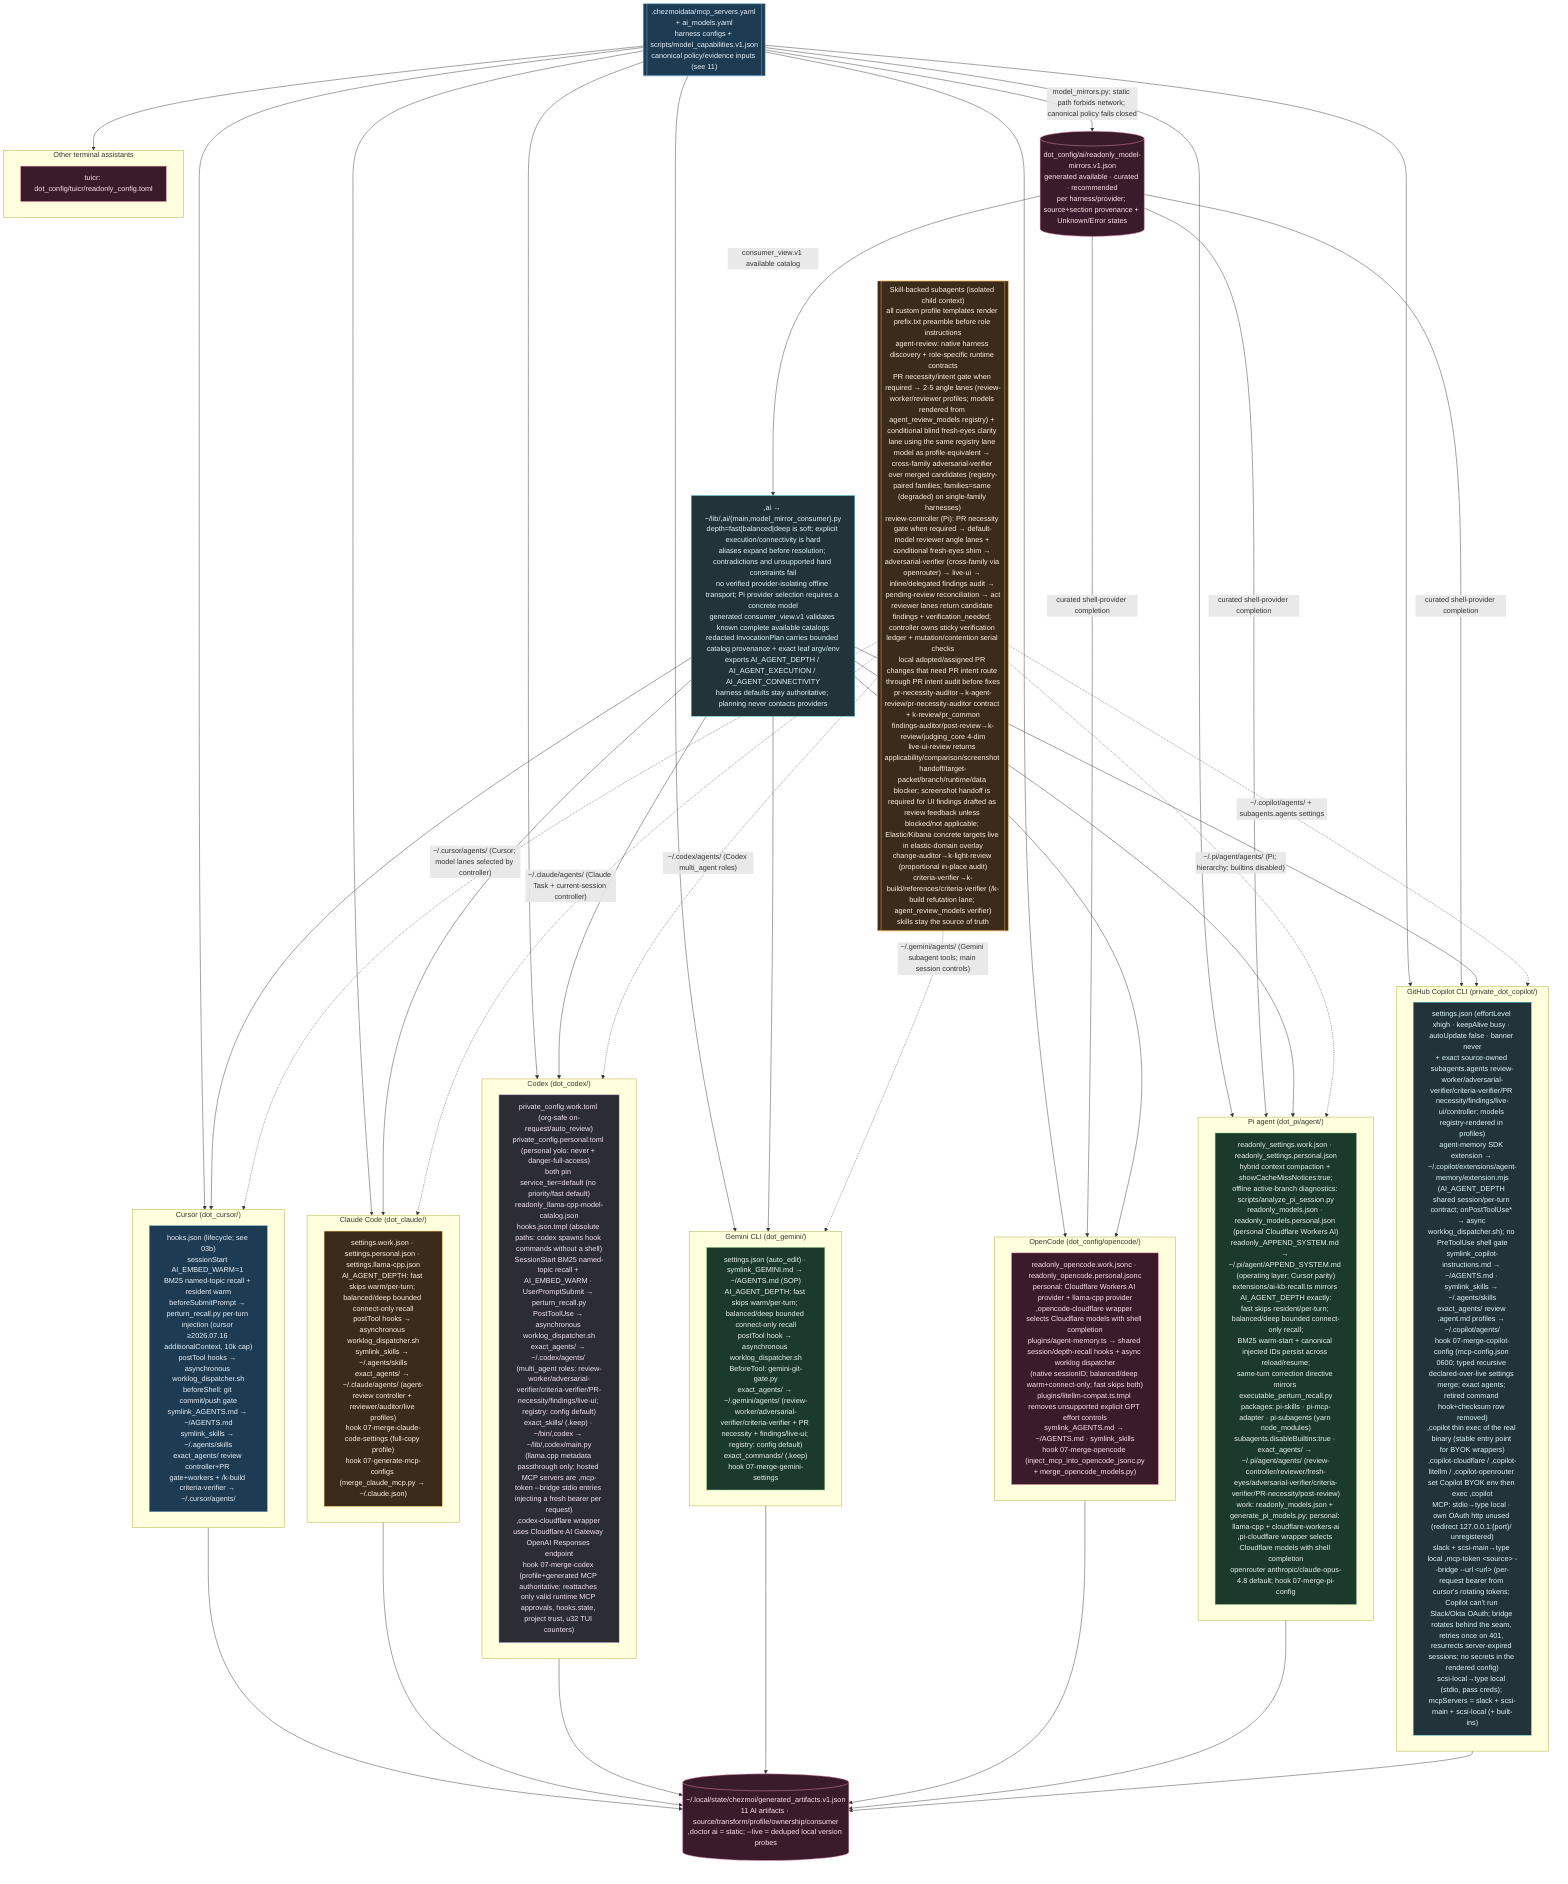
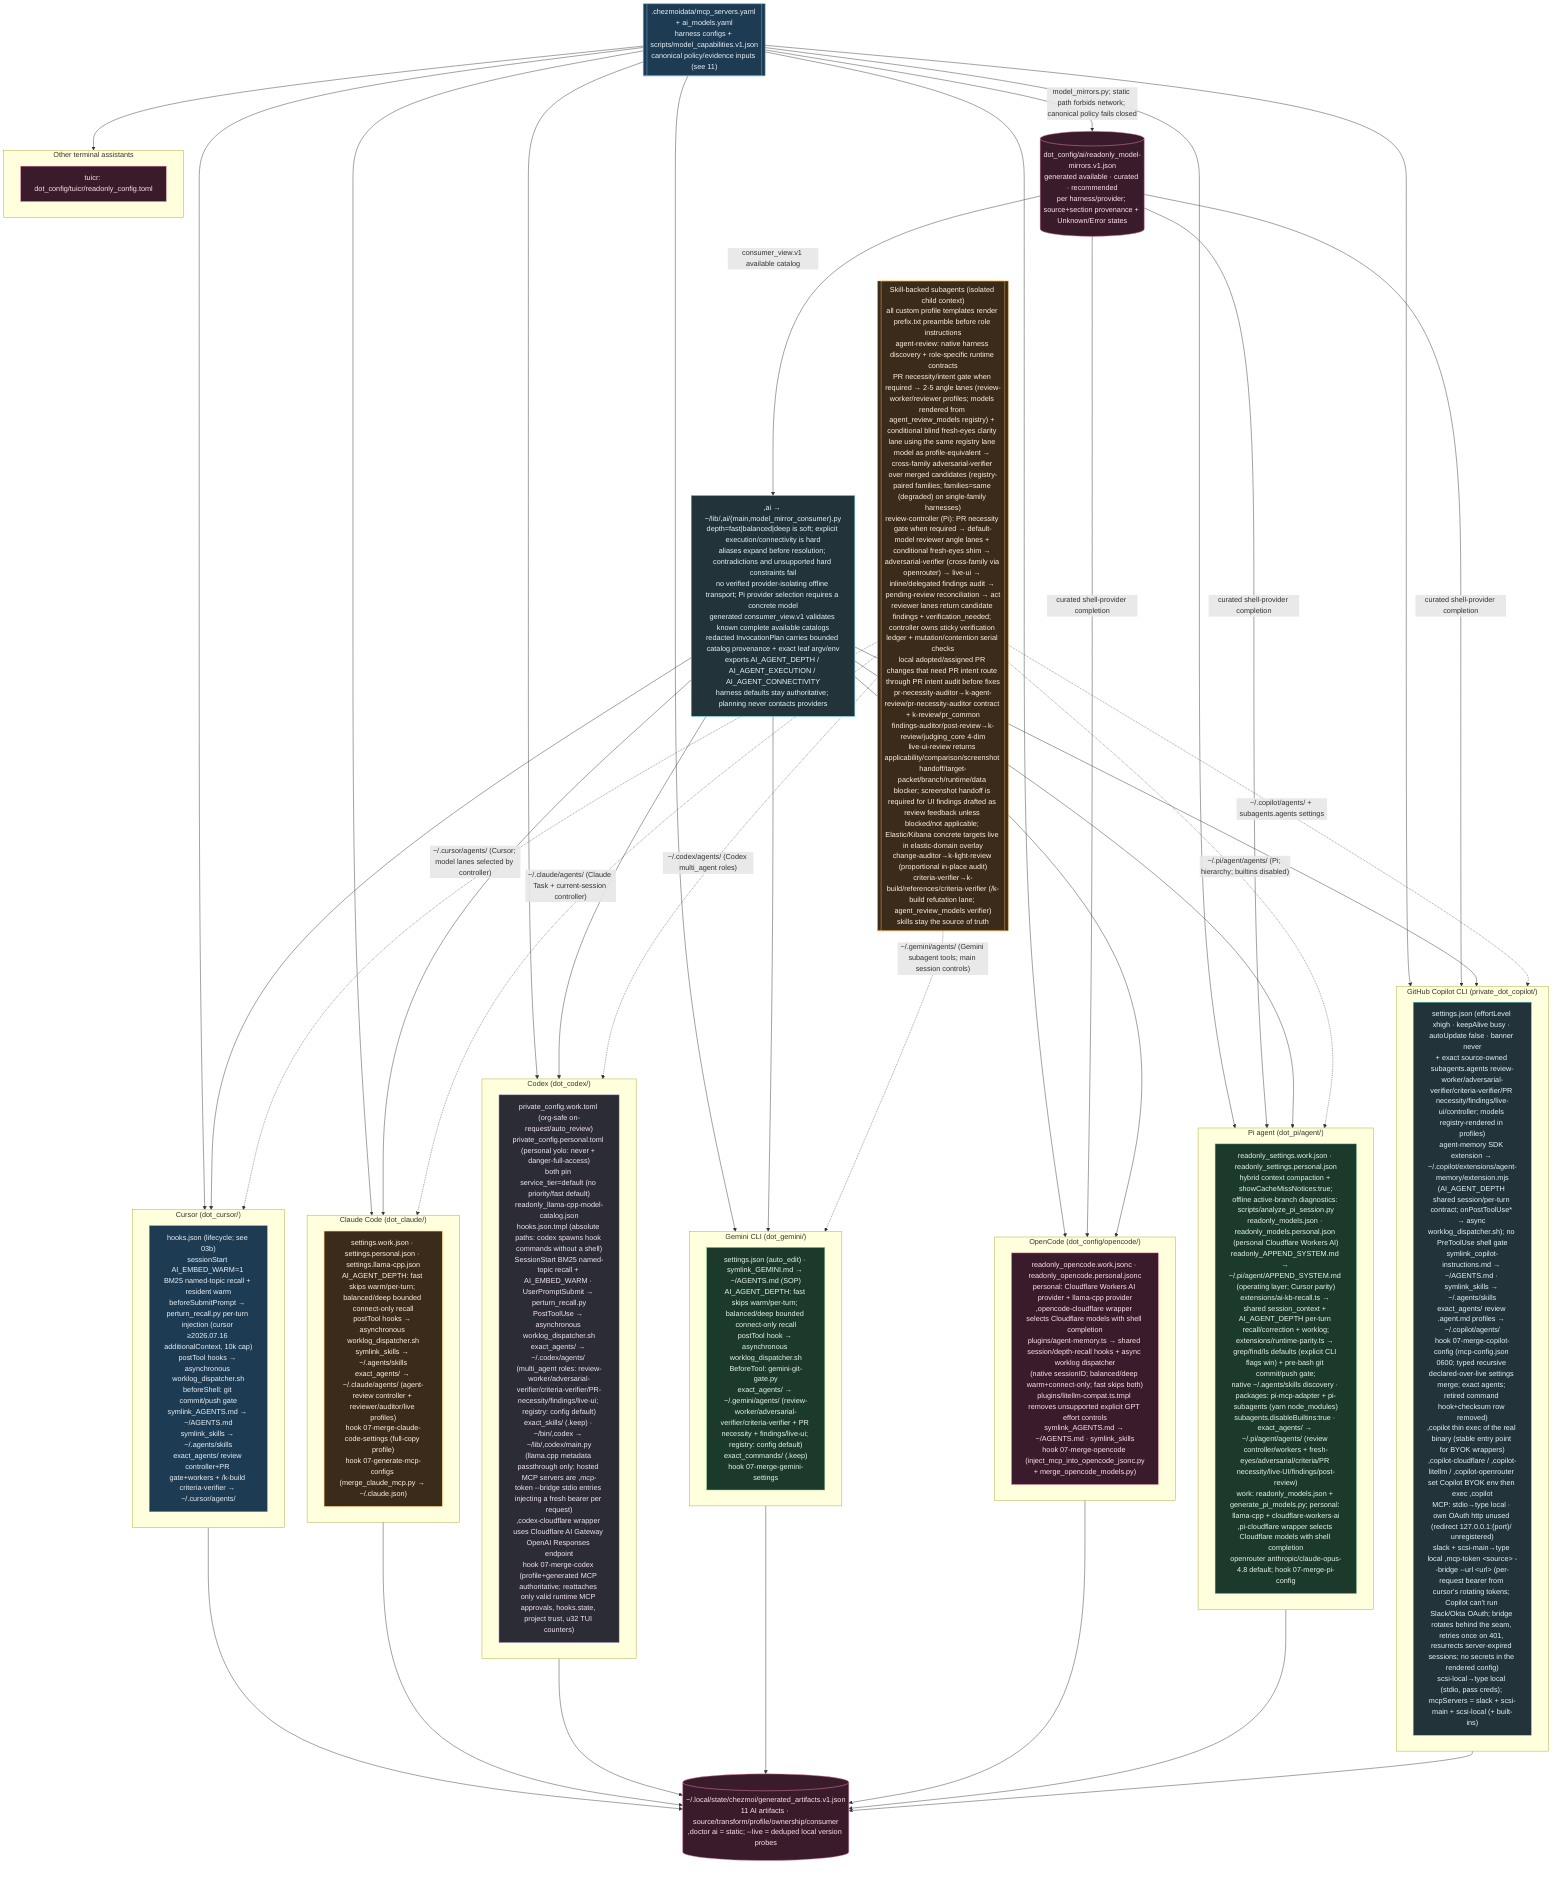
%% ============================================================================
%% 12-ai-tool-configs.mmd — Every per-tool AI config file in home/.
%% Pattern: source carries .work + .personal variants; a 07-merge-* hook picks
%% by isWork and merges generated MCP/model blocks into the live config.
%% ============================================================================
flowchart TB
    classDef cursor fill:#1d3b53,stroke:#7fb3d5,color:#eaf2f8;
    classDef claude fill:#3a2b1b,stroke:#ffb74d,color:#fff3e0;
    classDef codex fill:#2c2c34,stroke:#b39ddb,color:#f3e5f5;
    classDef gem fill:#1b3a2b,stroke:#81c784,color:#e8f5e9;
    classDef oc fill:#3a1b2b,stroke:#f48fb1,color:#fce4ec;
    classDef cop fill:#22343a,stroke:#4dd0e1,color:#e0f7fa;

    LAUNCH[",ai → ~/lib/,ai/{main,model_mirror_consumer}.py<br/>depth=fast|balanced|deep is soft; explicit execution/connectivity is hard<br/>aliases expand before resolution; contradictions and unsupported hard constraints fail<br/>no verified provider-isolating offline transport; Pi provider selection requires a concrete model<br/>generated consumer_view.v1 validates known complete available catalogs<br/>redacted InvocationPlan carries bounded catalog provenance + exact leaf argv/env<br/>exports AI_AGENT_DEPTH / AI_AGENT_EXECUTION / AI_AGENT_CONNECTIVITY<br/>harness defaults stay authoritative; planning never contacts providers"]:::cop

    subgraph CURSOR["Cursor (dot_cursor/)"]
        CU["hooks.json (lifecycle; see 03b)<br/>sessionStart AI_EMBED_WARM=1 BM25 named-topic recall + resident warm<br/>beforeSubmitPrompt → perturn_recall.py per-turn injection (cursor ≥2026.07.16 additionalContext, 10k cap)<br/>postTool hooks → asynchronous worklog_dispatcher.sh<br/>beforeShell: git commit/push gate<br/>symlink_AGENTS.md → ~/AGENTS.md<br/>symlink_skills → ~/.agents/skills<br/>exact_agents/ review controller+PR gate+workers + /k-build criteria-verifier → ~/.cursor/agents/"]:::cursor
    end

    subgraph CLAUDE["Claude Code (dot_claude/)"]
        CLD["settings.work.json · settings.personal.json · settings.llama-cpp.json<br/>AI_AGENT_DEPTH: fast skips warm/per-turn; balanced/deep bounded connect-only recall<br/>postTool hooks → asynchronous worklog_dispatcher.sh<br/>symlink_skills → ~/.agents/skills<br/>exact_agents/ → ~/.claude/agents/ (agent-review controller + reviewer/auditor/live profiles)<br/>hook 07-merge-claude-code-settings (full-copy profile)<br/>hook 07-generate-mcp-configs (merge_claude_mcp.py → ~/.claude.json)"]:::claude
    end

    subgraph CODEX["Codex (dot_codex/)"]
        CDX["private_config.work.toml (org-safe on-request/auto_review)<br/>private_config.personal.toml (personal yolo: never + danger-full-access)<br/>both pin service_tier=default (no priority/fast default)<br/>readonly_llama-cpp-model-catalog.json<br/>hooks.json.tmpl (absolute paths: codex spawns hook commands without a shell)<br/>SessionStart BM25 named-topic recall + AI_EMBED_WARM · UserPromptSubmit → perturn_recall.py<br/>PostToolUse → asynchronous worklog_dispatcher.sh<br/>exact_agents/ → ~/.codex/agents/ (multi_agent roles: review-worker/adversarial-verifier/criteria-verifier/PR-necessity/findings/live-ui; registry: config default)<br/>exact_skills/ (.keep) · ~/bin/,codex → ~/lib/,codex/main.py<br/>(llama.cpp metadata passthrough only; hosted MCP servers are ,mcp-token --bridge stdio entries injecting a fresh bearer per request)<br/>,codex-cloudflare wrapper uses Cloudflare AI Gateway OpenAI Responses endpoint<br/>hook 07-merge-codex (profile+generated MCP authoritative; reattaches only valid runtime MCP approvals, hooks.state, project trust, u32 TUI counters)"]:::codex
    end

    subgraph GEMINI["Gemini CLI (dot_gemini/)"]
        GMN["settings.json (auto_edit) · symlink_GEMINI.md → ~/AGENTS.md (SOP)<br/>AI_AGENT_DEPTH: fast skips warm/per-turn; balanced/deep bounded connect-only recall<br/>postTool hook → asynchronous worklog_dispatcher.sh<br/>BeforeTool: gemini-git-gate.py<br/>exact_agents/ → ~/.gemini/agents/ (review-worker/adversarial-verifier/criteria-verifier + PR necessity + findings/live-ui; registry: config default)<br/>exact_commands/ (.keep)<br/>hook 07-merge-gemini-settings"]:::gem
    end

    subgraph OPENCODE["OpenCode (dot_config/opencode/)"]
        OPC["readonly_opencode.work.jsonc · readonly_opencode.personal.jsonc<br/>personal: Cloudflare Workers AI provider + llama-cpp provider<br/>,opencode-cloudflare wrapper selects Cloudflare models with shell completion<br/>plugins/agent-memory.ts → shared session/depth-recall hooks + async worklog dispatcher<br/>(native sessionID; balanced/deep warm+connect-only; fast skips both)<br/>plugins/litellm-compat.ts.tmpl removes unsupported explicit GPT effort controls<br/>symlink_AGENTS.md → ~/AGENTS.md · symlink_skills<br/>hook 07-merge-opencode (inject_mcp_into_opencode_jsonc.py<br/>+ merge_opencode_models.py)"]:::oc
    end

    subgraph PI["Pi agent (dot_pi/agent/)"]
-         PIA["readonly_settings.work.json · readonly_settings.personal.json<br/>hybrid context compaction + showCacheMissNotices:true;<br/>offline active-branch diagnostics: scripts/analyze_pi_session.py<br/>readonly_models.json · readonly_models.personal.json (personal Cloudflare Workers AI)<br/>readonly_APPEND_SYSTEM.md → ~/.pi/agent/APPEND_SYSTEM.md (operating layer; Cursor parity)<br/>extensions/ai-kb-recall.ts mirrors AI_AGENT_DEPTH exactly:<br/>fast skips resident/per-turn; balanced/deep bounded connect-only recall;<br/>BM25 warm-start + canonical injected IDs persist across reload/resume;<br/>same-turn correction directive mirrors executable_perturn_recall.py<br/>packages: pi-skills · pi-mcp-adapter · pi-subagents (yarn node_modules)<br/>subagents.disableBuiltins:true · exact_agents/ → ~/.pi/agent/agents/ (review-controller/reviewer/fresh-eyes/adversarial-verifier/criteria-verifier/PR-necessity/post-review)<br/>work: readonly_models.json + generate_pi_models.py; personal: llama-cpp + cloudflare-workers-ai<br/>,pi-cloudflare wrapper selects Cloudflare models with shell completion<br/>openrouter anthropic/claude-opus-4.8 default; hook 07-merge-pi-config"]:::gem
+         PIA["readonly_settings.work.json · readonly_settings.personal.json<br/>hybrid context compaction + showCacheMissNotices:true;<br/>offline active-branch diagnostics: scripts/analyze_pi_session.py<br/>readonly_models.json · readonly_models.personal.json (personal Cloudflare Workers AI)<br/>readonly_APPEND_SYSTEM.md → ~/.pi/agent/APPEND_SYSTEM.md (operating layer; Cursor parity)<br/>extensions/ai-kb-recall.ts → shared session_context + AI_AGENT_DEPTH per-turn recall/correction + worklog;<br/>extensions/runtime-parity.ts → grep/find/ls defaults (explicit CLI flags win) + pre-bash git commit/push gate;<br/>native ~/.agents/skills discovery · packages: pi-mcp-adapter + pi-subagents (yarn node_modules)<br/>subagents.disableBuiltins:true · exact_agents/ → ~/.pi/agent/agents/ (review controller/workers + fresh-eyes/adversarial/criteria/PR necessity/live-UI/findings/post-review)<br/>work: readonly_models.json + generate_pi_models.py; personal: llama-cpp + cloudflare-workers-ai<br/>,pi-cloudflare wrapper selects Cloudflare models with shell completion<br/>openrouter anthropic/claude-opus-4.8 default; hook 07-merge-pi-config"]:::gem
    end

    subgraph COPILOT["GitHub Copilot CLI (private_dot_copilot/)"]
        COP["settings.json (effortLevel xhigh · keepAlive busy · autoUpdate false · banner never<br/>+ exact source-owned subagents.agents review-worker/adversarial-verifier/criteria-verifier/PR necessity/findings/live-ui/controller; models registry-rendered in profiles)<br/>agent-memory SDK extension → ~/.copilot/extensions/agent-memory/extension.mjs<br/>(AI_AGENT_DEPTH shared session/per-turn contract; onPostToolUse* → async worklog_dispatcher.sh); no PreToolUse shell gate<br/>symlink_copilot-instructions.md → ~/AGENTS.md · symlink_skills → ~/.agents/skills<br/>exact_agents/ review .agent.md profiles → ~/.copilot/agents/<br/>hook 07-merge-copilot-config (mcp-config.json 0600; typed recursive declared-over-live settings merge; exact agents; retired command hook+checksum row removed)<br/>,copilot thin exec of the real binary (stable entry point for BYOK wrappers)<br/>,copilot-cloudflare / ,copilot-litellm / ,copilot-openrouter set Copilot BYOK env then exec ,copilot<br/>MCP: stdio→type local · own OAuth http unused (redirect 127.0.0.1:{port}/ unregistered)<br/>slack + scsi-main→type local ,mcp-token &lt;source&gt; --bridge --url &lt;url&gt; (per-request bearer from cursor's rotating tokens; Copilot can't run Slack/Okta OAuth; bridge rotates behind the seam, retries once on 401, resurrects server-expired sessions; no secrets in the rendered config)<br/>scsi-local→type local (stdio, pass creds); mcpServers = slack + scsi-main + scsi-local (+ built-ins)"]:::cop
    end

    subgraph OTHER["Other terminal assistants"]
        TUI["tuicr: dot_config/tuicr/readonly_config.toml"]:::oc
    end

    REG[[".chezmoidata/mcp_servers.yaml + ai_models.yaml<br/>harness configs + scripts/model_capabilities.v1.json<br/>canonical policy/evidence inputs (see 11)"]]:::cursor
    REG --> CURSOR & CLAUDE & CODEX & GEMINI & OPENCODE & PI & COPILOT & OTHER
    MIRROR[("dot_config/ai/readonly_model-mirrors.v1.json<br/>generated available · curated · recommended<br/>per harness/provider; source+section provenance + Unknown/Error states")]:::oc
    REG -->|"model_mirrors.py; static path forbids network; canonical policy fails closed"| MIRROR
    MIRROR -->|"consumer_view.v1 available catalog"| LAUNCH
    MIRROR -->|"curated shell-provider completion"| OPENCODE & PI & COPILOT
    LAUNCH --> CURSOR & CLAUDE & CODEX & GEMINI & OPENCODE & PI & COPILOT
    LEDGER[("~/.local/state/chezmoi/generated_artifacts.v1.json<br/>11 AI artifacts · source/transform/profile/ownership/consumer<br/>,doctor ai = static; --live = deduped local version probes")]:::oc
    CURSOR & CLAUDE & CODEX & GEMINI & OPENCODE & PI & COPILOT --> LEDGER

    SUBA[["Skill-backed subagents (isolated child context)<br/>all custom profile templates render prefix.txt preamble before role instructions<br/>agent-review: native harness discovery + role-specific runtime contracts<br/>PR necessity/intent gate when required → 2-5 angle lanes (review-worker/reviewer profiles; models rendered from agent_review_models registry) + conditional blind fresh-eyes clarity lane using the same registry lane model as profile-equivalent → cross-family adversarial-verifier over merged candidates (registry-paired families; families=same (degraded) on single-family harnesses)<br/>review-controller (Pi): PR necessity gate when required → default-model reviewer angle lanes + conditional fresh-eyes shim → adversarial-verifier (cross-family via openrouter) → live-ui → inline/delegated findings audit → pending-review reconciliation → act<br/>reviewer lanes return candidate findings + verification_needed; controller owns sticky verification ledger + mutation/contention serial checks<br/>local adopted/assigned PR changes that need PR intent route through PR intent audit before fixes<br/>pr-necessity-auditor→k-agent-review/pr-necessity-auditor contract + k-review/pr_common<br/>findings-auditor/post-review→k-review/judging_core 4-dim<br/>live-ui-review returns applicability/comparison/screenshot handoff/target-packet/branch/runtime/data blocker; screenshot handoff is required for UI findings drafted as review feedback unless blocked/not applicable; Elastic/Kibana concrete targets live in elastic-domain overlay<br/>change-auditor→k-light-review (proportional in-place audit)<br/>criteria-verifier→k-build/references/criteria-verifier (/k-build refutation lane; agent_review_models verifier)<br/>skills stay the source of truth"]]:::claude
    SUBA -.->|"~/.cursor/agents/ (Cursor; model lanes selected by controller)"| CURSOR
    SUBA -.->|"~/.copilot/agents/ + subagents.agents settings"| COPILOT
    SUBA -.->|"~/.claude/agents/ (Claude Task + current-session controller)"| CLAUDE
    SUBA -.->|"~/.codex/agents/ (Codex multi_agent roles)"| CODEX
    SUBA -.->|"~/.gemini/agents/ (Gemini subagent tools; main session controls)"| GEMINI
    SUBA -.->|"~/.pi/agent/agents/ (Pi; hierarchy; builtins disabled)"| PI
